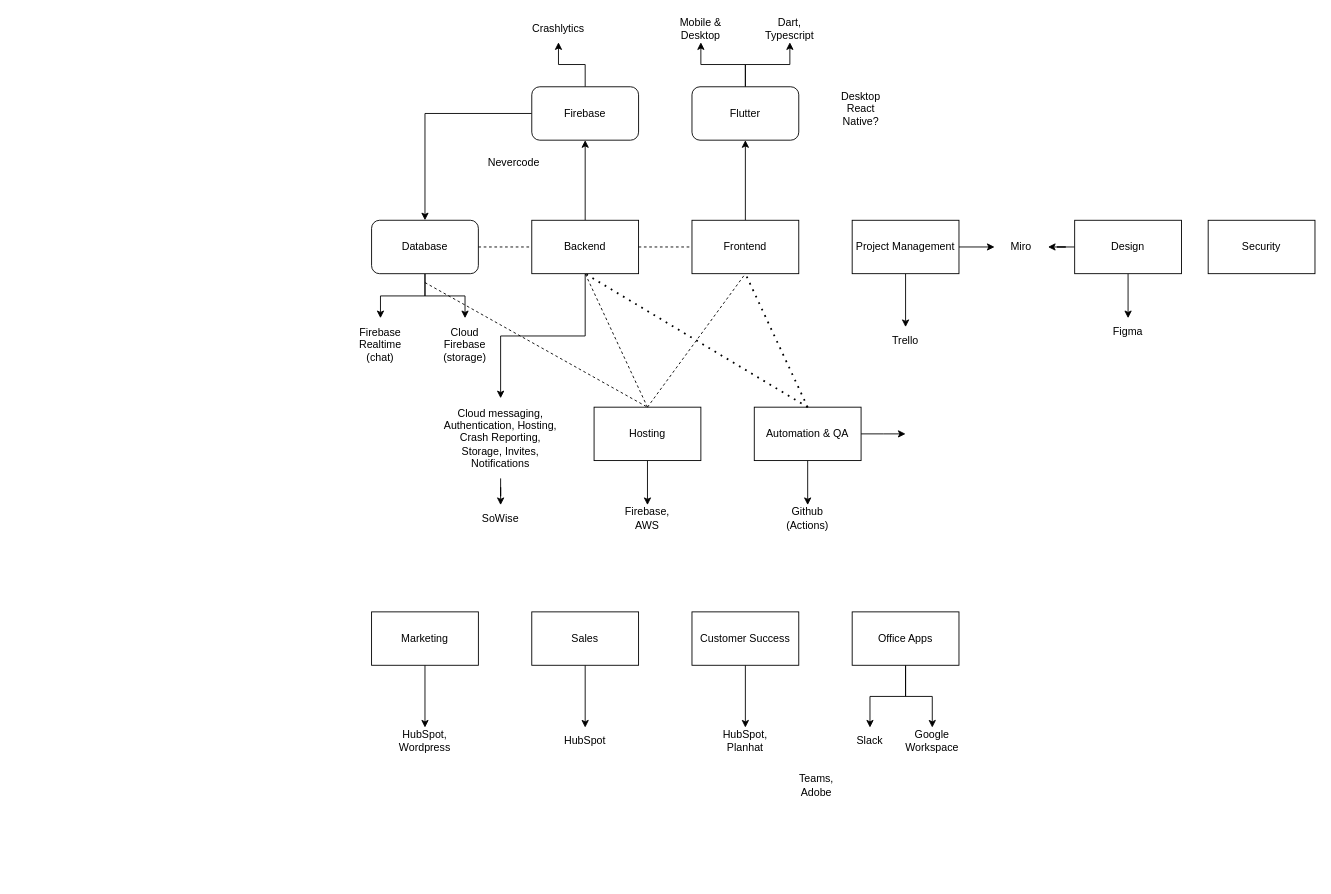
The draw.io diagram buildbite_services_schema.drawio in buildbite/misc, before the edit. Source tidied: cells renumbered, new cells numbered last; positions are measured from the earlier drawing's top-left corner, leaving out a move shared by most shapes. Both pictures are drawn from the tidied source at 89%, with x=0, y=0 at pixel (353, 15).
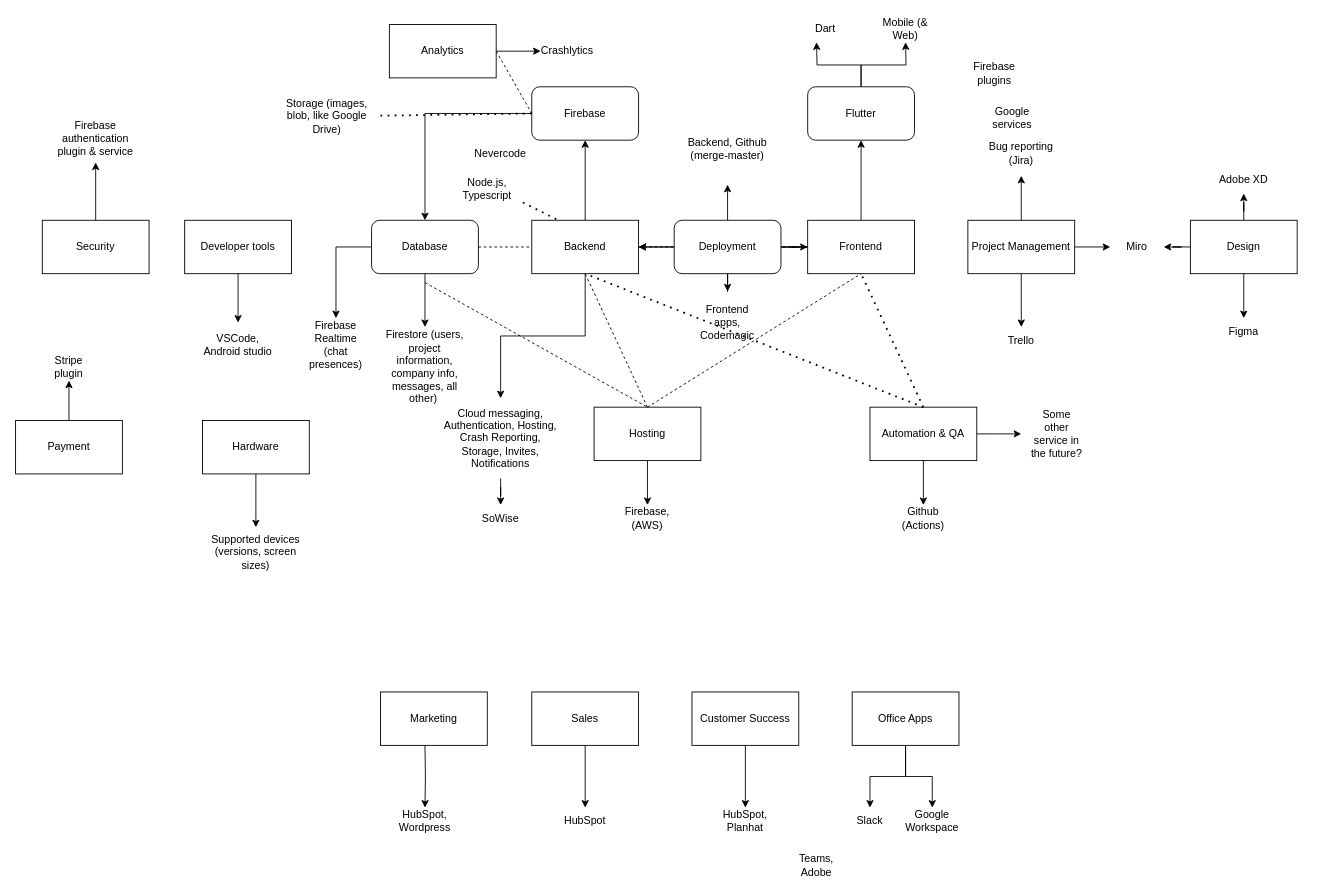
The same diagram, later.

Unchanged cells that the change refers to:
```xml
<mxCell id="4" value="Backend" style="rounded=0;whiteSpace=wrap;html=1;" parent="1" vertex="1">
  <mxGeometry x="200" y="230" width="120" height="60" as="geometry" />
</mxCell>
<mxCell id="14" value="Firebase" style="rounded=1;whiteSpace=wrap;html=1;" parent="1" vertex="1">
  <mxGeometry x="200" y="80" width="120" height="60" as="geometry" />
</mxCell>
```

The edit, as a diff of the source:
```diff
@@
+    <mxCell id="65" style="edgeStyle=orthogonalEdgeStyle;rounded=0;jettySize=auto;html=1;" parent="1" edge="1" source="6" target="4">
+      <mxGeometry relative="1" as="geometry" />
+    </mxCell>
+    <mxCell id="66" style="edgeStyle=orthogonalEdgeStyle;rounded=0;jettySize=auto;html=1;" parent="1" edge="1" source="6" target="4">
+      <mxGeometry relative="1" as="geometry" />
+    </mxCell>
     <mxCell id="6" value="Frontend" style="rounded=0;whiteSpace=wrap;html=1;" parent="1" vertex="1">
-      <mxGeometry x="380" y="230" width="120" height="60" as="geometry" />
+      <mxGeometry x="510" y="230" width="120" height="60" as="geometry" />
     </mxCell>
@@
     <mxCell id="8" style="edgeStyle=orthogonalEdgeStyle;rounded=0;jettySize=auto;html=1;" parent="1" edge="1" source="9">
       <mxGeometry relative="1" as="geometry">
-        <mxPoint x="620" y="470" as="targetPoint" />
+        <mxPoint x="750" y="470" as="targetPoint" />
       </mxGeometry>
     </mxCell>
     <mxCell id="9" value="Automation &amp;amp; QA" style="rounded=0;whiteSpace=wrap;html=1;" parent="1" vertex="1">
-      <mxGeometry x="450" y="440" width="120" height="60" as="geometry" />
+      <mxGeometry x="580" y="440" width="120" height="60" as="geometry" />
     </mxCell>
     <mxCell id="10" style="endArrow=none;dashed=1;html=1;dashPattern=1 3;strokeWidth=2;rounded=0;exitX=0.5;exitY=0;exitDx=0;exitDy=0;" parent="1" edge="1" source="9">
       <mxGeometry relative="1" as="geometry">
-        <mxPoint x="440" y="290" as="targetPoint" />
+        <mxPoint x="570" y="290" as="targetPoint" />
       </mxGeometry>
     </mxCell>
@@
-    <mxCell id="13" style="edgeStyle=orthogonalEdgeStyle;rounded=0;jettySize=auto;html=1;" parent="1" edge="1" source="14" target="24">
-      <mxGeometry relative="1" as="geometry" />
-    </mxCell>
@@
-    <mxCell id="15" style="edgeStyle=orthogonalEdgeStyle;rounded=0;jettySize=auto;html=1;" parent="1" edge="1" source="17" target="18">
-      <mxGeometry relative="1" as="geometry" />
+    <mxCell id="15" style="edgeStyle=orthogonalEdgeStyle;rounded=0;jettySize=auto;html=1;" parent="1" edge="1" source="17">
+      <mxGeometry relative="1" as="geometry">
+        <mxPoint x="620" y="30" as="targetPoint" />
+      </mxGeometry>
     </mxCell>
-    <mxCell id="16" style="edgeStyle=orthogonalEdgeStyle;rounded=0;jettySize=auto;html=1;" parent="1" edge="1" source="17" target="19">
-      <mxGeometry relative="1" as="geometry" />
+    <mxCell id="16" style="edgeStyle=orthogonalEdgeStyle;rounded=0;jettySize=auto;html=1;" parent="1" edge="1" source="17">
+      <mxGeometry relative="1" as="geometry">
+        <mxPoint x="520" y="30" as="targetPoint" />
+      </mxGeometry>
     </mxCell>
     <mxCell id="17" value="Flutter" style="rounded=1;whiteSpace=wrap;html=1;" parent="1" vertex="1">
-      <mxGeometry x="380" y="80" width="120" height="60" as="geometry" />
+      <mxGeometry x="510" y="80" width="120" height="60" as="geometry" />
     </mxCell>
-    <mxCell id="18" value="Dart, Typescript" style="text;html=1;strokeColor=none;fillColor=none;align=center;verticalAlign=middle;whiteSpace=wrap;rounded=0;" parent="1" vertex="1">
-      <mxGeometry x="460" width="60" height="30" as="geometry" />
+    <mxCell id="18" value="Dart" style="text;html=1;strokeColor=none;fillColor=none;align=center;verticalAlign=middle;whiteSpace=wrap;rounded=0;" parent="1" vertex="1">
+      <mxGeometry x="500" width="60" height="30" as="geometry" />
     </mxCell>
-    <mxCell id="19" value="Mobile &amp;amp; Desktop" style="text;html=1;strokeColor=none;fillColor=none;align=center;verticalAlign=middle;whiteSpace=wrap;rounded=0;" parent="1" vertex="1">
-      <mxGeometry x="360" width="60" height="30" as="geometry" />
+    <mxCell id="19" value="Mobile (&amp;amp; Web)" style="text;html=1;strokeColor=none;fillColor=none;align=center;verticalAlign=middle;whiteSpace=wrap;rounded=0;" parent="1" vertex="1">
+      <mxGeometry x="590" width="60" height="30" as="geometry" />
     </mxCell>
@@
-    <mxCell id="23" value="Firebase Realtime (chat)" style="text;html=1;strokeColor=none;fillColor=none;align=center;verticalAlign=middle;whiteSpace=wrap;rounded=0;" parent="1" vertex="1">
-      <mxGeometry y="340" width="60" height="60" as="geometry" />
+    <mxCell id="23" value="Firebase Realtime (chat presences)" style="text;html=1;strokeColor=none;fillColor=none;align=center;verticalAlign=middle;whiteSpace=wrap;rounded=0;" parent="1" vertex="1">
+      <mxGeometry x="-50" y="340" width="60" height="60" as="geometry" />
     </mxCell>
     <mxCell id="24" value="Crashlytics" style="text;html=1;strokeColor=none;fillColor=none;align=center;verticalAlign=middle;whiteSpace=wrap;rounded=0;" parent="1" vertex="1">
-      <mxGeometry x="200" width="60" height="30" as="geometry" />
+      <mxGeometry x="210" y="25" width="60" height="30" as="geometry" />
     </mxCell>
@@
-    <mxCell id="27" value="Cloud Firebase (storage)" style="text;html=1;strokeColor=none;fillColor=none;align=center;verticalAlign=middle;whiteSpace=wrap;rounded=0;" parent="1" vertex="1">
-      <mxGeometry x="90" y="340" width="70" height="60" as="geometry" />
+    <mxCell id="27" value="Firestore (users, project information, company info, messages, all other)&amp;nbsp;" style="text;html=1;strokeColor=none;fillColor=none;align=center;verticalAlign=middle;whiteSpace=wrap;rounded=0;" parent="1" vertex="1">
+      <mxGeometry x="30" y="350" width="100" height="90" as="geometry" />
     </mxCell>
@@
     <mxCell id="30" value="Github (Actions)" style="text;html=1;strokeColor=none;fillColor=none;align=center;verticalAlign=middle;whiteSpace=wrap;rounded=0;" parent="1" vertex="1">
-      <mxGeometry x="480" y="550" width="60" height="30" as="geometry" />
+      <mxGeometry x="610" y="550" width="60" height="30" as="geometry" />
     </mxCell>
@@
     <mxCell id="32" value="Sales" style="rounded=0;whiteSpace=wrap;html=1;" parent="1" vertex="1">
-      <mxGeometry x="200" y="670" width="120" height="60" as="geometry" />
+      <mxGeometry x="200" y="760" width="120" height="60" as="geometry" />
     </mxCell>
@@
+    <mxCell id="67" style="edgeStyle=orthogonalEdgeStyle;rounded=0;jettySize=auto;html=1;" parent="1" edge="1" source="35" target="85">
+      <mxGeometry relative="1" as="geometry" />
+    </mxCell>
     <mxCell id="35" value="Project Management" style="rounded=0;whiteSpace=wrap;html=1;" parent="1" vertex="1">
-      <mxGeometry x="560" y="230" width="120" height="60" as="geometry" />
+      <mxGeometry x="690" y="230" width="120" height="60" as="geometry" />
     </mxCell>
-    <mxCell id="36" style="edgeStyle=orthogonalEdgeStyle;rounded=0;jettySize=auto;html=1;" parent="1" edge="1" source="37" target="41">
-      <mxGeometry relative="1" as="geometry" />
+    <mxCell id="36" style="edgeStyle=orthogonalEdgeStyle;rounded=0;jettySize=auto;html=1;" parent="1" edge="1" target="41">
+      <mxGeometry relative="1" as="geometry">
+        <mxPoint x="80" y="820" as="sourcePoint" />
+      </mxGeometry>
     </mxCell>
     <mxCell id="37" value="Marketing" style="rounded=0;whiteSpace=wrap;html=1;" parent="1" vertex="1">
-      <mxGeometry x="20" y="670" width="120" height="60" as="geometry" />
+      <mxGeometry x="30" y="760" width="120" height="60" as="geometry" />
     </mxCell>
@@
     <mxCell id="39" value="Customer Success" style="rounded=0;whiteSpace=wrap;html=1;" parent="1" vertex="1">
-      <mxGeometry x="380" y="670" width="120" height="60" as="geometry" />
+      <mxGeometry x="380" y="760" width="120" height="60" as="geometry" />
     </mxCell>
     <mxCell id="40" value="HubSpot" style="text;html=1;strokeColor=none;fillColor=none;align=center;verticalAlign=middle;whiteSpace=wrap;rounded=0;" parent="1" vertex="1">
-      <mxGeometry x="230" y="800" width="60" height="30" as="geometry" />
+      <mxGeometry x="230" y="890" width="60" height="30" as="geometry" />
     </mxCell>
     <mxCell id="41" value="HubSpot, Wordpress" style="text;html=1;strokeColor=none;fillColor=none;align=center;verticalAlign=middle;whiteSpace=wrap;rounded=0;" parent="1" vertex="1">
-      <mxGeometry x="50" y="800" width="60" height="30" as="geometry" />
+      <mxGeometry x="50" y="890" width="60" height="30" as="geometry" />
     </mxCell>
     <mxCell id="42" value="HubSpot, Planhat" style="text;html=1;strokeColor=none;fillColor=none;align=center;verticalAlign=middle;whiteSpace=wrap;rounded=0;" parent="1" vertex="1">
-      <mxGeometry x="410" y="800" width="60" height="30" as="geometry" />
+      <mxGeometry x="410" y="890" width="60" height="30" as="geometry" />
     </mxCell>
     <mxCell id="43" value="Trello" style="text;html=1;strokeColor=none;fillColor=none;align=center;verticalAlign=middle;whiteSpace=wrap;rounded=0;" parent="1" vertex="1">
-      <mxGeometry x="590" y="350" width="60" height="30" as="geometry" />
+      <mxGeometry x="720" y="350" width="60" height="30" as="geometry" />
     </mxCell>
@@
     <mxCell id="46" value="Office Apps" style="rounded=0;whiteSpace=wrap;html=1;" parent="1" vertex="1">
-      <mxGeometry x="560" y="670" width="120" height="60" as="geometry" />
+      <mxGeometry x="560" y="760" width="120" height="60" as="geometry" />
     </mxCell>
     <mxCell id="47" value="Google Workspace" style="text;html=1;strokeColor=none;fillColor=none;align=center;verticalAlign=middle;whiteSpace=wrap;rounded=0;" parent="1" vertex="1">
-      <mxGeometry x="620" y="800" width="60" height="30" as="geometry" />
+      <mxGeometry x="620" y="890" width="60" height="30" as="geometry" />
     </mxCell>
     <mxCell id="48" value="Slack" style="text;html=1;strokeColor=none;fillColor=none;align=center;verticalAlign=middle;whiteSpace=wrap;rounded=0;" parent="1" vertex="1">
-      <mxGeometry x="550" y="800" width="60" height="30" as="geometry" />
+      <mxGeometry x="550" y="890" width="60" height="30" as="geometry" />
     </mxCell>
@@
-    <mxCell id="51" value="Firebase, AWS" style="text;html=1;strokeColor=none;fillColor=none;align=center;verticalAlign=middle;whiteSpace=wrap;rounded=0;" parent="1" vertex="1">
+    <mxCell id="51" value="Firebase, (AWS)" style="text;html=1;strokeColor=none;fillColor=none;align=center;verticalAlign=middle;whiteSpace=wrap;rounded=0;" parent="1" vertex="1">
       <mxGeometry x="300" y="550" width="60" height="30" as="geometry" />
     </mxCell>
@@
-    <mxCell id="56" value="Desktop React Native?&lt;br&gt;" style="text;html=1;strokeColor=none;fillColor=none;align=center;verticalAlign=middle;whiteSpace=wrap;rounded=0;" parent="1" vertex="1">
-      <mxGeometry x="540" y="90" width="60" height="30" as="geometry" />
-    </mxCell>
     <mxCell id="57" value="Teams, Adobe" style="text;html=1;strokeColor=none;fillColor=none;align=center;verticalAlign=middle;whiteSpace=wrap;rounded=0;" parent="1" vertex="1">
-      <mxGeometry x="490" y="850" width="60" height="30" as="geometry" />
+      <mxGeometry x="490" y="940" width="60" height="30" as="geometry" />
     </mxCell>
@@
+    <mxCell id="68" style="edgeStyle=orthogonalEdgeStyle;rounded=0;jettySize=auto;html=1;" parent="1" edge="1" source="60" target="89">
+      <mxGeometry relative="1" as="geometry" />
+    </mxCell>
     <mxCell id="60" value="Design" style="rounded=0;whiteSpace=wrap;html=1;" parent="1" vertex="1">
-      <mxGeometry x="810" y="230" width="120" height="60" as="geometry" />
+      <mxGeometry x="940" y="230" width="120" height="60" as="geometry" />
     </mxCell>
     <mxCell id="61" value="Figma" style="text;html=1;strokeColor=none;fillColor=none;align=center;verticalAlign=middle;whiteSpace=wrap;rounded=0;" parent="1" vertex="1">
-      <mxGeometry x="840" y="340" width="60" height="30" as="geometry" />
+      <mxGeometry x="970" y="340" width="60" height="30" as="geometry" />
     </mxCell>
     <mxCell id="62" value="Nevercode" style="text;html=1;strokeColor=none;fillColor=none;align=center;verticalAlign=middle;whiteSpace=wrap;rounded=0;" parent="1" vertex="1">
-      <mxGeometry x="150" y="150" width="60" height="30" as="geometry" />
+      <mxGeometry x="135" y="140" width="60" height="30" as="geometry" />
     </mxCell>
     <mxCell id="63" value="Miro" style="text;html=1;strokeColor=none;fillColor=none;align=center;verticalAlign=middle;whiteSpace=wrap;rounded=0;" parent="1" vertex="1">
-      <mxGeometry x="720" y="245" width="60" height="30" as="geometry" />
+      <mxGeometry x="850" y="245" width="60" height="30" as="geometry" />
     </mxCell>
+    <mxCell id="69" style="edgeStyle=orthogonalEdgeStyle;rounded=0;jettySize=auto;html=1;" parent="1" edge="1" source="64" target="84">
+      <mxGeometry relative="1" as="geometry" />
+    </mxCell>
     <mxCell id="64" value="Security" style="rounded=0;whiteSpace=wrap;html=1;" parent="1" vertex="1">
-      <mxGeometry x="960" y="230" width="120" height="60" as="geometry" />
+      <mxGeometry x="-350" y="230" width="120" height="60" as="geometry" />
     </mxCell>
+    <mxCell id="70" value="Storage (images, blob, like Google Drive)" style="text;html=1;strokeColor=none;fillColor=none;align=center;verticalAlign=middle;whiteSpace=wrap;rounded=0;" parent="1" vertex="1">
+      <mxGeometry x="-90" y="95" width="120" height="35" as="geometry" />
+    </mxCell>
+    <mxCell id="71" style="endArrow=none;dashed=1;html=1;dashPattern=1 3;strokeWidth=2;rounded=0;entryX=0;entryY=0.5;entryDx=0;entryDy=0;exitX=1;exitY=0.5;exitDx=0;exitDy=0;" parent="1" edge="1" source="70" target="14">
+      <mxGeometry relative="1" as="geometry" />
+    </mxCell>
+    <mxCell id="72" style="edgeStyle=orthogonalEdgeStyle;rounded=0;jettySize=auto;html=1;" parent="1" edge="1" source="73" target="24">
+      <mxGeometry relative="1" as="geometry" />
+    </mxCell>
+    <mxCell id="73" value="Analytics" style="rounded=0;whiteSpace=wrap;html=1;" parent="1" vertex="1">
+      <mxGeometry x="40" y="10" width="120" height="60" as="geometry" />
+    </mxCell>
+    <mxCell id="74" style="endArrow=none;dashed=1;html=1;rounded=0;entryX=0;entryY=0.5;entryDx=0;entryDy=0;exitX=1;exitY=0.5;exitDx=0;exitDy=0;" parent="1" edge="1" source="73" target="14">
+      <mxGeometry relative="1" as="geometry" />
+    </mxCell>
+    <mxCell id="75" value="Firebase plugins" style="text;html=1;strokeColor=none;fillColor=none;align=center;verticalAlign=middle;whiteSpace=wrap;rounded=0;" parent="1" vertex="1">
+      <mxGeometry x="690" y="50" width="60" height="30" as="geometry" />
+    </mxCell>
+    <mxCell id="76" value="Stripe plugin" style="text;html=1;strokeColor=none;fillColor=none;align=center;verticalAlign=middle;whiteSpace=wrap;rounded=0;" parent="1" vertex="1">
+      <mxGeometry x="-350" y="380" width="60" height="30" as="geometry" />
+    </mxCell>
+    <mxCell id="77" style="edgeStyle=orthogonalEdgeStyle;rounded=0;jettySize=auto;html=1;" parent="1" edge="1" source="78" target="76">
+      <mxGeometry relative="1" as="geometry" />
+    </mxCell>
+    <mxCell id="78" value="Payment" style="rounded=0;whiteSpace=wrap;html=1;" parent="1" vertex="1">
+      <mxGeometry x="-380" y="455" width="120" height="60" as="geometry" />
+    </mxCell>
+    <mxCell id="79" value="Google services" style="text;html=1;strokeColor=none;fillColor=none;align=center;verticalAlign=middle;whiteSpace=wrap;rounded=0;" parent="1" vertex="1">
+      <mxGeometry x="710" y="100" width="60" height="30" as="geometry" />
+    </mxCell>
+    <mxCell id="80" style="endArrow=none;dashed=1;html=1;dashPattern=1 3;strokeWidth=2;rounded=0;entryX=0.25;entryY=0;entryDx=0;entryDy=0;" parent="1" edge="1" target="4">
+      <mxGeometry relative="1" as="geometry">
+        <mxPoint x="190" y="210" as="sourcePoint" />
+      </mxGeometry>
+    </mxCell>
+    <mxCell id="81" value="Node.js, Typescript" style="text;html=1;strokeColor=none;fillColor=none;align=center;verticalAlign=middle;whiteSpace=wrap;rounded=0;" parent="1" vertex="1">
+      <mxGeometry x="120" y="180" width="60" height="30" as="geometry" />
+    </mxCell>
+    <mxCell id="82" value="Some other service in the future?" style="text;html=1;strokeColor=none;fillColor=none;align=center;verticalAlign=middle;whiteSpace=wrap;rounded=0;" parent="1" vertex="1">
+      <mxGeometry x="760" y="455" width="60" height="30" as="geometry" />
+    </mxCell>
+    <mxCell id="83" value="VSCode, Android studio" style="text;html=1;strokeColor=none;fillColor=none;align=center;verticalAlign=middle;whiteSpace=wrap;rounded=0;" parent="1" vertex="1">
+      <mxGeometry x="-175" y="345" width="90" height="50" as="geometry" />
+    </mxCell>
+    <mxCell id="84" value="Firebase authentication plugin &amp;amp; service" style="text;html=1;strokeColor=none;fillColor=none;align=center;verticalAlign=middle;whiteSpace=wrap;rounded=0;" parent="1" vertex="1">
+      <mxGeometry x="-335" y="110" width="90" height="55" as="geometry" />
+    </mxCell>
+    <mxCell id="85" value="Bug reporting (Jira)" style="text;html=1;strokeColor=none;fillColor=none;align=center;verticalAlign=middle;whiteSpace=wrap;rounded=0;" parent="1" vertex="1">
+      <mxGeometry x="710" y="130" width="80" height="50" as="geometry" />
+    </mxCell>
+    <mxCell id="86" value="Supported devices (versions, screen sizes)" style="text;html=1;strokeColor=none;fillColor=none;align=center;verticalAlign=middle;whiteSpace=wrap;rounded=0;" parent="1" vertex="1">
+      <mxGeometry x="-170" y="575" width="120" height="55" as="geometry" />
+    </mxCell>
+    <mxCell id="87" style="edgeStyle=orthogonalEdgeStyle;rounded=0;jettySize=auto;html=1;" parent="1" edge="1" source="88" target="86">
+      <mxGeometry relative="1" as="geometry" />
+    </mxCell>
+    <mxCell id="88" value="Hardware" style="rounded=0;whiteSpace=wrap;html=1;" parent="1" vertex="1">
+      <mxGeometry x="-170" y="455" width="120" height="60" as="geometry" />
+    </mxCell>
+    <mxCell id="89" value="Adobe XD" style="text;html=1;strokeColor=none;fillColor=none;align=center;verticalAlign=middle;whiteSpace=wrap;rounded=0;" parent="1" vertex="1">
+      <mxGeometry x="970" y="170" width="60" height="30" as="geometry" />
+    </mxCell>
+    <mxCell id="90" style="edgeStyle=orthogonalEdgeStyle;rounded=0;jettySize=auto;html=1;" parent="1" edge="1" source="91" target="83">
+      <mxGeometry relative="1" as="geometry" />
+    </mxCell>
+    <mxCell id="91" value="Developer tools" style="rounded=0;whiteSpace=wrap;html=1;" parent="1" vertex="1">
+      <mxGeometry x="-190" y="230" width="120" height="60" as="geometry" />
+    </mxCell>
+    <mxCell id="92" style="edgeStyle=orthogonalEdgeStyle;rounded=0;jettySize=auto;html=1;" parent="1" edge="1" source="95" target="97">
+      <mxGeometry relative="1" as="geometry" />
+    </mxCell>
+    <mxCell id="93" style="edgeStyle=orthogonalEdgeStyle;rounded=0;jettySize=auto;html=1;" parent="1" edge="1" source="95" target="96">
+      <mxGeometry relative="1" as="geometry" />
+    </mxCell>
+    <mxCell id="94" style="edgeStyle=orthogonalEdgeStyle;rounded=0;jettySize=auto;html=1;" parent="1" edge="1" source="95" target="6">
+      <mxGeometry relative="1" as="geometry" />
+    </mxCell>
+    <mxCell id="95" value="Deployment" style="rounded=1;whiteSpace=wrap;html=1;" parent="1" vertex="1">
+      <mxGeometry x="360" y="230" width="120" height="60" as="geometry" />
+    </mxCell>
+    <mxCell id="96" value="Backend, Github (merge-master)" style="text;html=1;strokeColor=none;fillColor=none;align=center;verticalAlign=middle;whiteSpace=wrap;rounded=0;" parent="1" vertex="1">
+      <mxGeometry x="370" y="110" width="100" height="80" as="geometry" />
+    </mxCell>
+    <mxCell id="97" value="Frontend apps, Codemagic" style="text;html=1;strokeColor=none;fillColor=none;align=center;verticalAlign=middle;whiteSpace=wrap;rounded=0;" parent="1" vertex="1">
+      <mxGeometry x="380" y="310" width="80" height="70" as="geometry" />
+    </mxCell>
```
